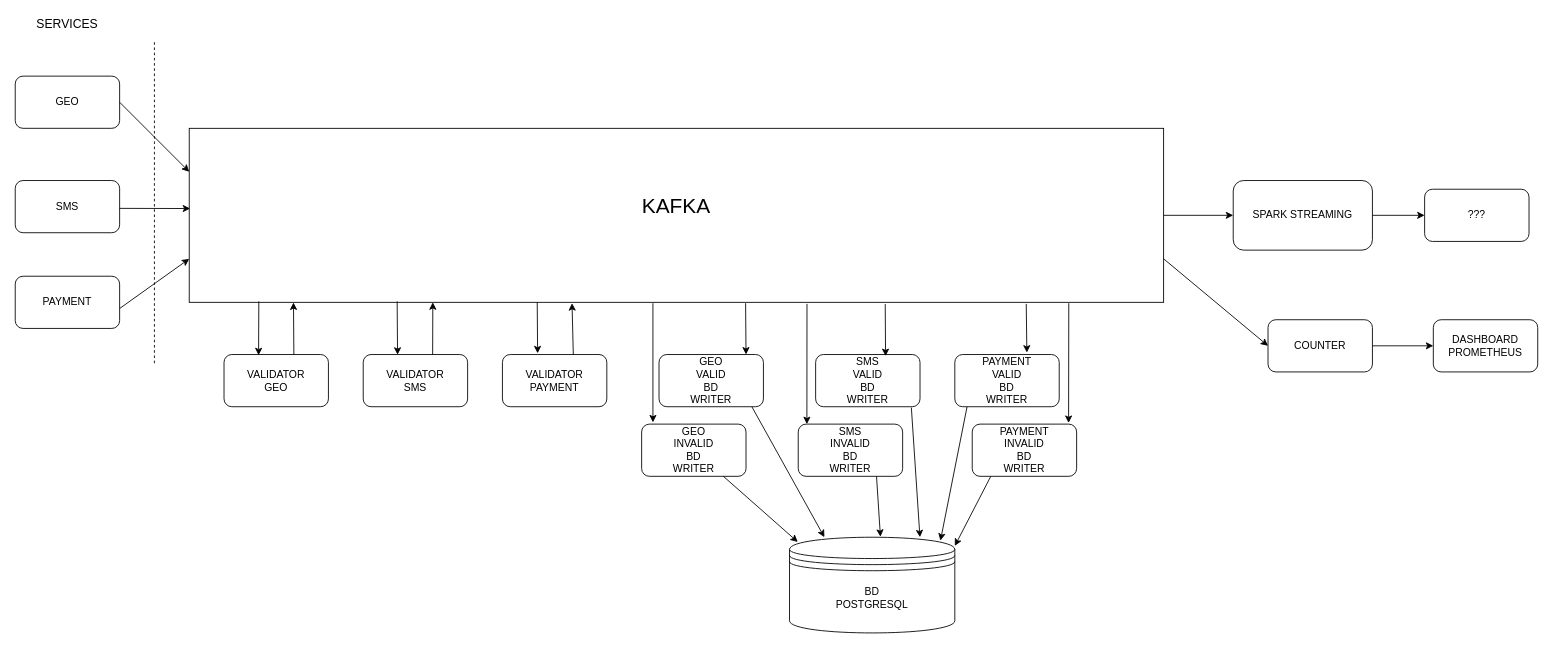
This is otus_de_project_schema.drawio from zhuravlevmaxim/OTUS_DataEngineer_Project, a draw.io file, before an edit. Source tidied: cells renumbered, new cells numbered last; positions are measured from the earlier drawing's top-left corner, leaving out a move shared by most shapes. Both pictures are drawn from the tidied source at 87%, with x=0, y=0 at pixel (15, 15).
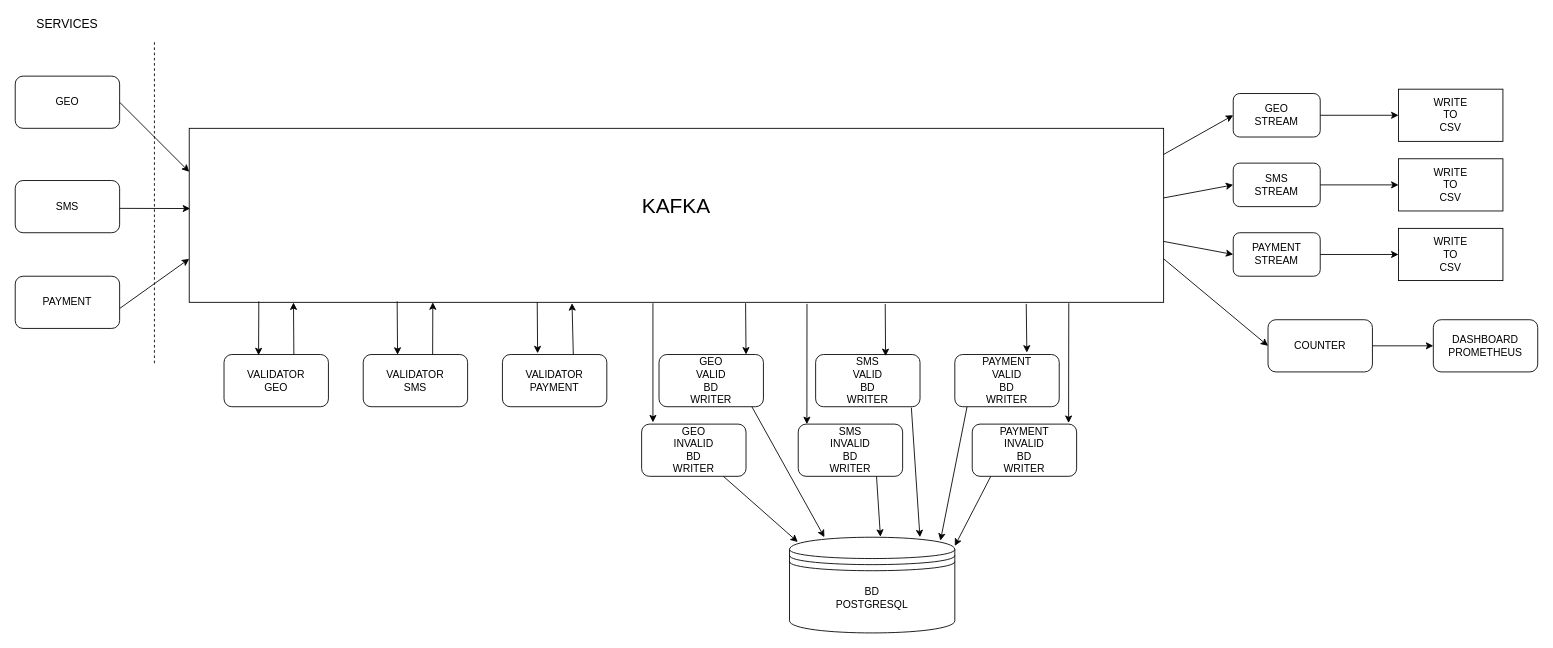
After the change.

Unchanged cells that the change refers to:
```xml
<mxCell id="4" style="text;html=1;strokeColor=#000000;fillColor=#ffffff;align=center;verticalAlign=middle;whiteSpace=wrap;rounded=0;fontFamily=Helvetica;fontSize=12;fontColor=#000000;" parent="1" vertex="1">
  <mxGeometry x="200" y="130" width="1120" height="200" as="geometry" />
</mxCell>
```

The edit, as a diff of the source:
```diff
@@
-    <mxCell id="53" style="rounded=1;whiteSpace=wrap;html=1;" parent="1" vertex="1">
-      <mxGeometry x="1400" y="190" width="160" height="80" as="geometry" />
-    </mxCell>
-    <mxCell id="54" value="SPARK STREAMING" style="text;html=1;strokeColor=none;fillColor=none;align=center;verticalAlign=middle;whiteSpace=wrap;rounded=0;" parent="1" vertex="1">
-      <mxGeometry x="1420" y="220" width="120" height="20" as="geometry" />
-    </mxCell>
-    <mxCell id="55" style="endArrow=classic;html=1;exitX=1;exitY=0.5;exitDx=0;exitDy=0;entryX=0;entryY=0.5;entryDx=0;entryDy=0;" parent="1" edge="1" source="4" target="53">
-      <mxGeometry relative="1" as="geometry" />
-    </mxCell>
-    <mxCell id="56" style="endArrow=classic;html=1;exitX=1;exitY=0.5;exitDx=0;exitDy=0;entryX=0;entryY=0.5;entryDx=0;entryDy=0;" parent="1" edge="1" source="53" target="57">
-      <mxGeometry relative="1" as="geometry" />
-    </mxCell>
-    <mxCell id="57" style="rounded=1;whiteSpace=wrap;html=1;" parent="1" vertex="1">
-      <mxGeometry x="1620" y="200" width="120" height="60" as="geometry" />
-    </mxCell>
-    <mxCell id="58" value="???" style="text;html=1;strokeColor=none;fillColor=none;align=center;verticalAlign=middle;whiteSpace=wrap;rounded=0;" parent="1" vertex="1">
-      <mxGeometry x="1660" y="220" width="40" height="20" as="geometry" />
-    </mxCell>
@@
+    <mxCell id="65" style="rounded=1;whiteSpace=wrap;html=1;" parent="1" vertex="1">
+      <mxGeometry x="1400" y="90" width="100" height="50" as="geometry" />
+    </mxCell>
+    <mxCell id="66" style="rounded=1;whiteSpace=wrap;html=1;" parent="1" vertex="1">
+      <mxGeometry x="1400" y="170" width="100" height="50" as="geometry" />
+    </mxCell>
+    <mxCell id="67" style="rounded=1;whiteSpace=wrap;html=1;" parent="1" vertex="1">
+      <mxGeometry x="1400" y="250" width="100" height="50" as="geometry" />
+    </mxCell>
+    <mxCell id="68" style="endArrow=classic;html=1;entryX=0;entryY=0.5;entryDx=0;entryDy=0;" parent="1" edge="1" target="65">
+      <mxGeometry relative="1" as="geometry">
+        <mxPoint x="1320" y="160" as="sourcePoint" />
+      </mxGeometry>
+    </mxCell>
+    <mxCell id="69" style="endArrow=classic;html=1;entryX=0;entryY=0.5;entryDx=0;entryDy=0;" parent="1" edge="1" target="66">
+      <mxGeometry relative="1" as="geometry">
+        <mxPoint x="1320" y="210" as="sourcePoint" />
+      </mxGeometry>
+    </mxCell>
+    <mxCell id="70" style="endArrow=classic;html=1;entryX=0;entryY=0.5;entryDx=0;entryDy=0;" parent="1" edge="1" target="67">
+      <mxGeometry relative="1" as="geometry">
+        <mxPoint x="1320" y="260" as="sourcePoint" />
+      </mxGeometry>
+    </mxCell>
+    <mxCell id="71" value="GEO STREAM" style="text;html=1;strokeColor=none;fillColor=none;align=center;verticalAlign=middle;whiteSpace=wrap;rounded=0;" parent="1" vertex="1">
+      <mxGeometry x="1430" y="105" width="40" height="20" as="geometry" />
+    </mxCell>
+    <mxCell id="72" value="SMS STREAM" style="text;html=1;strokeColor=none;fillColor=none;align=center;verticalAlign=middle;whiteSpace=wrap;rounded=0;" parent="1" vertex="1">
+      <mxGeometry x="1430" y="185" width="40" height="20" as="geometry" />
+    </mxCell>
+    <mxCell id="73" value="PAYMENT STREAM" style="text;html=1;strokeColor=none;fillColor=none;align=center;verticalAlign=middle;whiteSpace=wrap;rounded=0;" parent="1" vertex="1">
+      <mxGeometry x="1430" y="265" width="40" height="20" as="geometry" />
+    </mxCell>
+    <mxCell id="74" style="rounded=0;whiteSpace=wrap;html=1;" parent="1" vertex="1">
+      <mxGeometry x="1590" y="85" width="120" height="60" as="geometry" />
+    </mxCell>
+    <mxCell id="75" style="endArrow=classic;html=1;entryX=0;entryY=0.5;entryDx=0;entryDy=0;exitX=1;exitY=0.5;exitDx=0;exitDy=0;" parent="1" edge="1" source="65" target="74">
+      <mxGeometry relative="1" as="geometry" />
+    </mxCell>
+    <mxCell id="76" style="rounded=0;whiteSpace=wrap;html=1;" parent="1" vertex="1">
+      <mxGeometry x="1590" y="165" width="120" height="60" as="geometry" />
+    </mxCell>
+    <mxCell id="77" style="rounded=0;whiteSpace=wrap;html=1;" parent="1" vertex="1">
+      <mxGeometry x="1590" y="245" width="120" height="60" as="geometry" />
+    </mxCell>
+    <mxCell id="78" value="WRITE TO CSV" style="text;html=1;strokeColor=none;fillColor=none;align=center;verticalAlign=middle;whiteSpace=wrap;rounded=0;" parent="1" vertex="1">
+      <mxGeometry x="1630" y="105" width="40" height="20" as="geometry" />
+    </mxCell>
+    <mxCell id="79" value="WRITE TO CSV" style="text;html=1;strokeColor=none;fillColor=none;align=center;verticalAlign=middle;whiteSpace=wrap;rounded=0;" parent="1" vertex="1">
+      <mxGeometry x="1630" y="185" width="40" height="20" as="geometry" />
+    </mxCell>
+    <mxCell id="80" value="WRITE TO CSV" style="text;html=1;strokeColor=none;fillColor=none;align=center;verticalAlign=middle;whiteSpace=wrap;rounded=0;" parent="1" vertex="1">
+      <mxGeometry x="1630" y="265" width="40" height="20" as="geometry" />
+    </mxCell>
+    <mxCell id="81" style="endArrow=classic;html=1;exitX=1;exitY=0.5;exitDx=0;exitDy=0;entryX=0;entryY=0.5;entryDx=0;entryDy=0;" parent="1" edge="1" source="66" target="76">
+      <mxGeometry relative="1" as="geometry" />
+    </mxCell>
+    <mxCell id="82" style="endArrow=classic;html=1;exitX=1;exitY=0.5;exitDx=0;exitDy=0;entryX=0;entryY=0.5;entryDx=0;entryDy=0;" parent="1" edge="1" source="67" target="77">
+      <mxGeometry relative="1" as="geometry" />
+    </mxCell>
```
